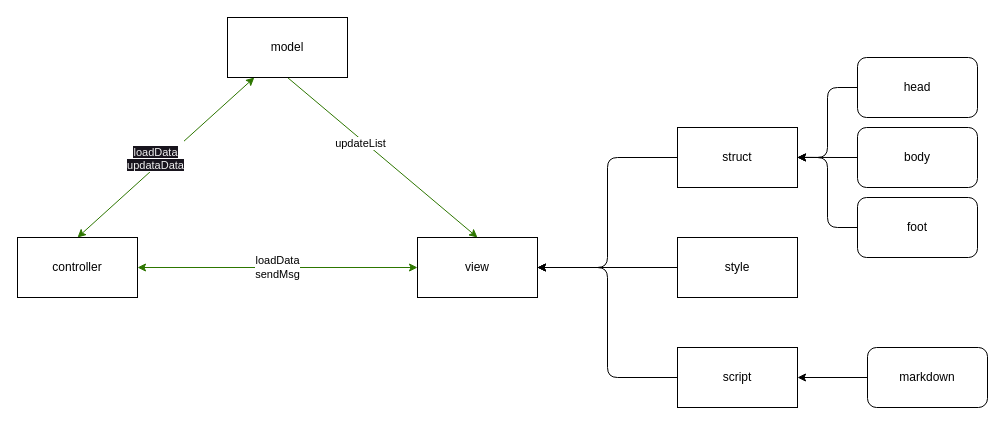
tower-town/Koala-Hacker-News keeps this draw.io diagram as docs/view/overview.drawio. Above is the earlier version. Source tidied: cells renumbered, new cells numbered last; positions are measured from the earlier drawing's top-left corner, leaving out a move shared by most shapes. Both pictures are drawn from the tidied source at 100%, with x=0, y=0 at pixel (17, 17).
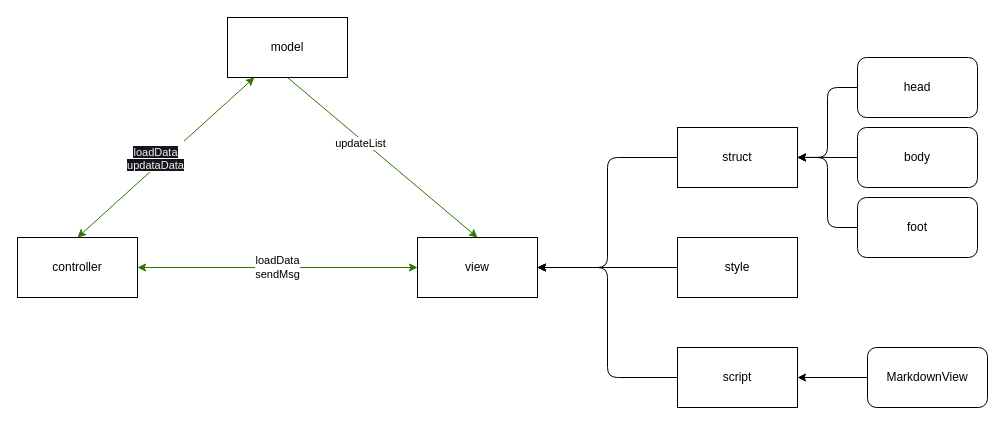
After the change.

Diff of the diagram source:
```diff
@@
-    <mxCell id="10" value="markdown" style="rounded=1;whiteSpace=wrap;html=1;" parent="1" vertex="1">
+    <mxCell id="10" value="MarkdownView" style="rounded=1;whiteSpace=wrap;html=1;" parent="1" vertex="1">
       <mxGeometry x="850" y="330" width="120" height="60" as="geometry" />
     </mxCell>
```
